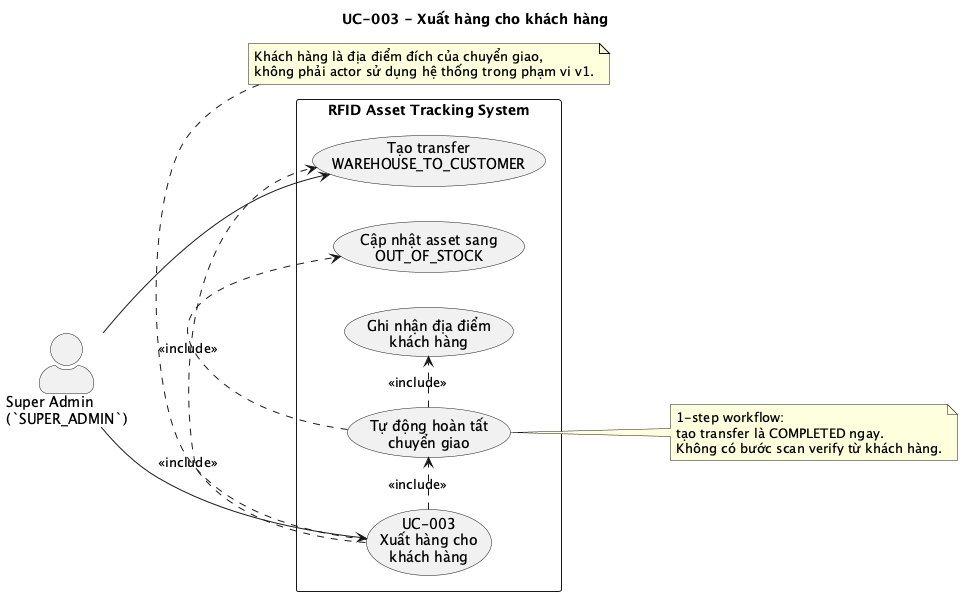
The PlantUML diagram docs/images/diagrams/uc-003-xuat-hang-cho-khach-hang.png in Tuoi-SE/rfid-app, before a commit.
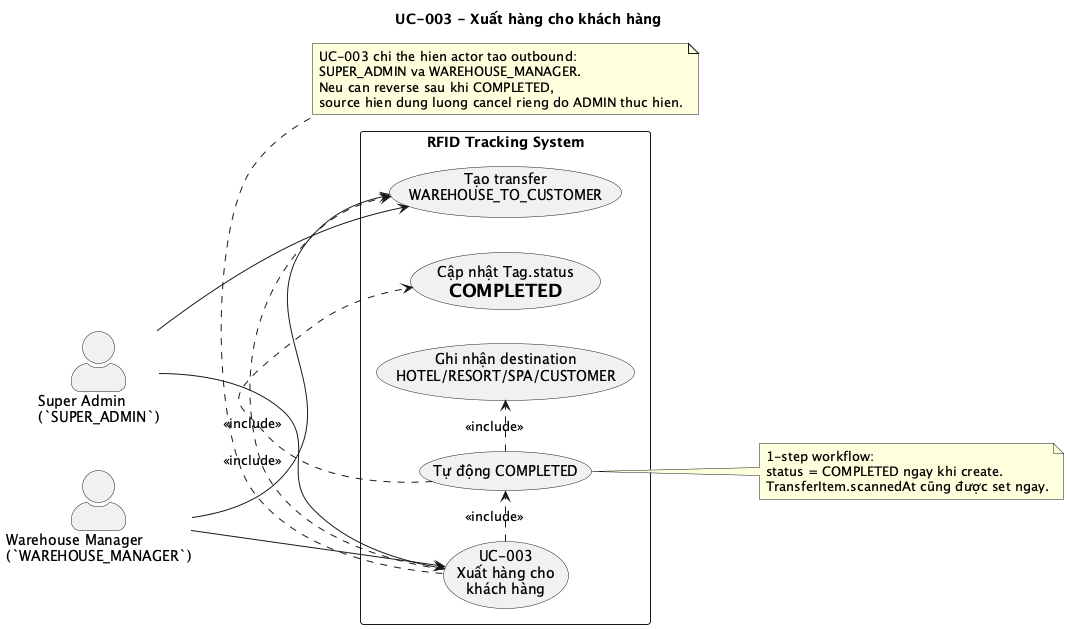
Later version of the same file.

Change to the diagram source:
```diff
@@ -7,17 +7,20 @@
 skinparam packageStyle rectangle
 
 actor "Super Admin\n(`SUPER_ADMIN`)" as SA
+actor "Warehouse Manager\n(`WAREHOUSE_MANAGER`)" as WM
 
-rectangle "RFID Asset Tracking System" {
+rectangle "RFID Tracking System" {
   usecase "UC-003\nXuất hàng cho\nkhách hàng" as Main
   usecase "Tạo transfer\nWAREHOUSE_TO_CUSTOMER" as CreateOutbound
-  usecase "Tự động hoàn tất\nchuyển giao" as AutoComplete
-  usecase "Cập nhật asset sang\nOUT_OF_STOCK" as UpdateStatus
-  usecase "Ghi nhận địa điểm\nkhách hàng" as SetDestination
+  usecase "Tự động COMPLETED" as AutoComplete
+  usecase "Cập nhật Tag.status\n= COMPLETED" as UpdateStatus
+  usecase "Ghi nhận destination\nHOTEL/RESORT/SPA/CUSTOMER" as SetDestination
 }
 
 SA --> Main
+WM --> Main
 SA --> CreateOutbound
+WM --> CreateOutbound
 
 Main .> CreateOutbound : <<include>>
 Main .> AutoComplete : <<include>>
@@ -26,13 +29,15 @@
 
 note right of AutoComplete
 1-step workflow:
-tạo transfer là COMPLETED ngay.
-Không có bước scan verify từ khách hàng.
+status = COMPLETED ngay khi create.
+TransferItem.scannedAt cũng được set ngay.
 end note
 
 note bottom of Main
-Khách hàng là địa điểm đích của chuyển giao,
-không phải actor sử dụng hệ thống trong phạm vi v1.
+UC-003 chi the hien actor tao outbound:
+SUPER_ADMIN va WAREHOUSE_MANAGER.
+Neu can reverse sau khi COMPLETED,
+source hien dung luong cancel rieng do ADMIN thuc hien.
 end note
 
 @enduml
```
